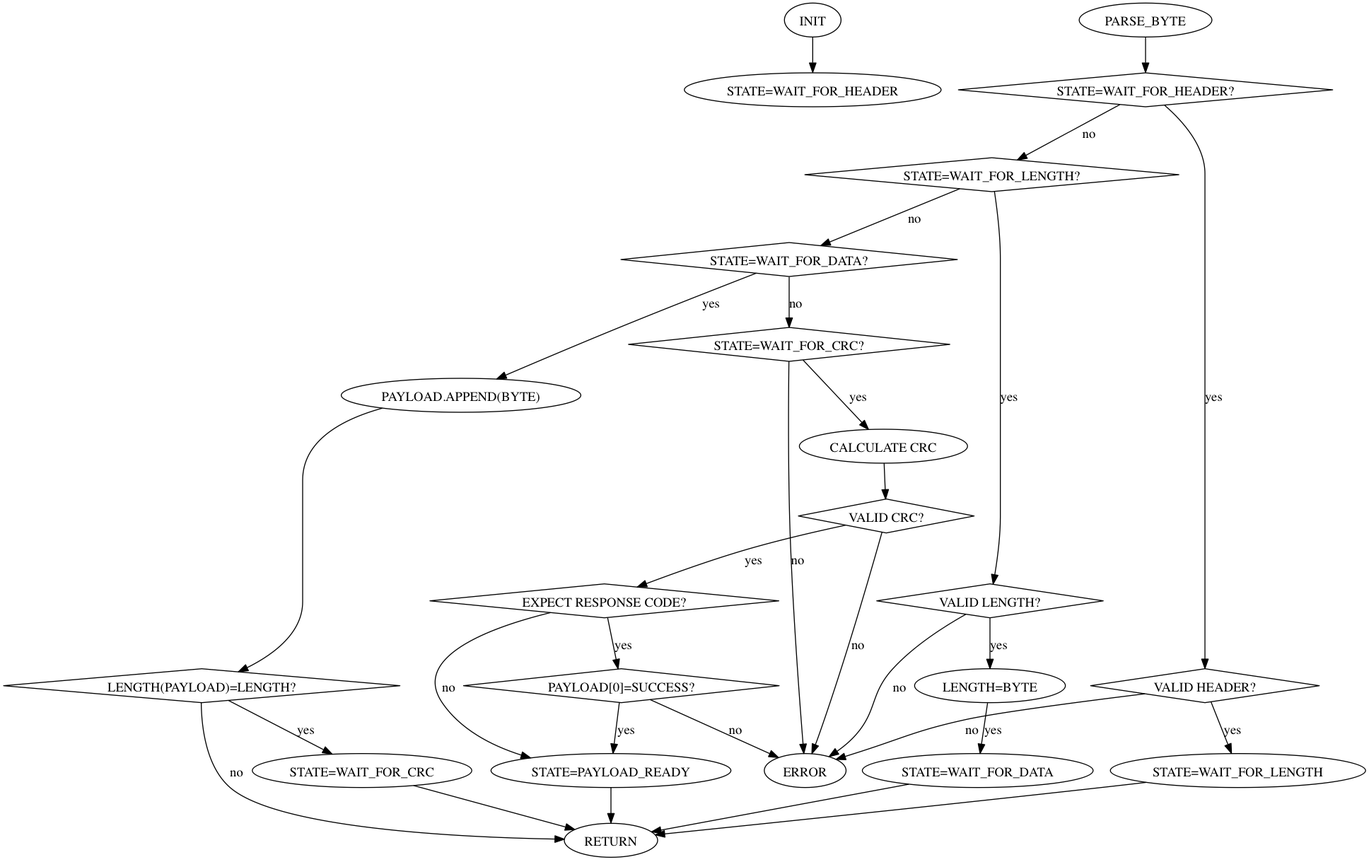
Earlier version of the Graphviz export doc/PacketStreamDecoder.png (okeefm/s3g). Its source is kept beside it as doc/PacketStreamDecoder.dot. The source it was exported from:
```dot

digraph
{
  "INIT" -> "STATE=WAIT_FOR_HEADER";
  "PARSE_BYTE" -> "STATE=WAIT_FOR_HEADER?";

  "STATE=WAIT_FOR_HEADER?" [shape=diamond];
  "STATE=WAIT_FOR_HEADER?" -> "VALID HEADER?" [label="yes"];
  "STATE=WAIT_FOR_HEADER?" -> "STATE=WAIT_FOR_LENGTH?" [label="no"];
  "VALID HEADER?" [shape=diamond];
  "VALID HEADER?" -> "ERROR" [label="no"];
  "VALID HEADER?" -> "STATE=WAIT_FOR_LENGTH" [label="yes"];
  "STATE=WAIT_FOR_LENGTH" -> "RETURN"

  "STATE=WAIT_FOR_LENGTH?" [shape=diamond];
  "STATE=WAIT_FOR_LENGTH?" -> "VALID LENGTH?" [label="yes"];
  "STATE=WAIT_FOR_LENGTH?" -> "STATE=WAIT_FOR_DATA?" [label="no"];
  "VALID LENGTH?" [shape=diamond];
  "VALID LENGTH?" -> "LENGTH=BYTE" [label="yes"];
  "VALID LENGTH?" -> "ERROR" [label="no"];
  "LENGTH=BYTE" -> "STATE=WAIT_FOR_DATA" [label="yes"];
  "STATE=WAIT_FOR_DATA" -> "RETURN"

  "STATE=WAIT_FOR_DATA?" [shape=diamond];
  "STATE=WAIT_FOR_DATA?" -> "PAYLOAD.APPEND(BYTE)" [label="yes"];
  "STATE=WAIT_FOR_DATA?" -> "STATE=WAIT_FOR_CRC?" [label="no"];
  "PAYLOAD.APPEND(BYTE)" -> "LENGTH(PAYLOAD)=LENGTH?";
  "LENGTH(PAYLOAD)=LENGTH?" [shape=diamond];
  "LENGTH(PAYLOAD)=LENGTH?" -> "STATE=WAIT_FOR_CRC" [label="yes"];
  "LENGTH(PAYLOAD)=LENGTH?" -> "RETURN" [label="no"];
  "STATE=WAIT_FOR_CRC" -> "RETURN";

  "STATE=WAIT_FOR_CRC?" [shape=diamond];
  "STATE=WAIT_FOR_CRC?" -> "CALCULATE CRC" [label="yes"];
  "STATE=WAIT_FOR_CRC?" -> "ERROR" [label="no"];
  "CALCULATE CRC" -> "VALID CRC?";
  "VALID CRC?" [shape=diamond];
  "VALID CRC?" -> "EXPECT RESPONSE CODE?" [label="yes"];
  "VALID CRC?" -> "ERROR" [label="no"];

  "EXPECT RESPONSE CODE?" [shape=diamond];
  "EXPECT RESPONSE CODE?" -> "PAYLOAD[0]=SUCCESS?" [label="yes"];
  "EXPECT RESPONSE CODE?" -> "STATE=PAYLOAD_READY" [label="no"];

  "PAYLOAD[0]=SUCCESS?" [shape=diamond];
  "PAYLOAD[0]=SUCCESS?" -> "STATE=PAYLOAD_READY" [label="yes"];
  "PAYLOAD[0]=SUCCESS?" -> "ERROR" [label="no"];

  "STATE=PAYLOAD_READY" -> "RETURN";
}
```
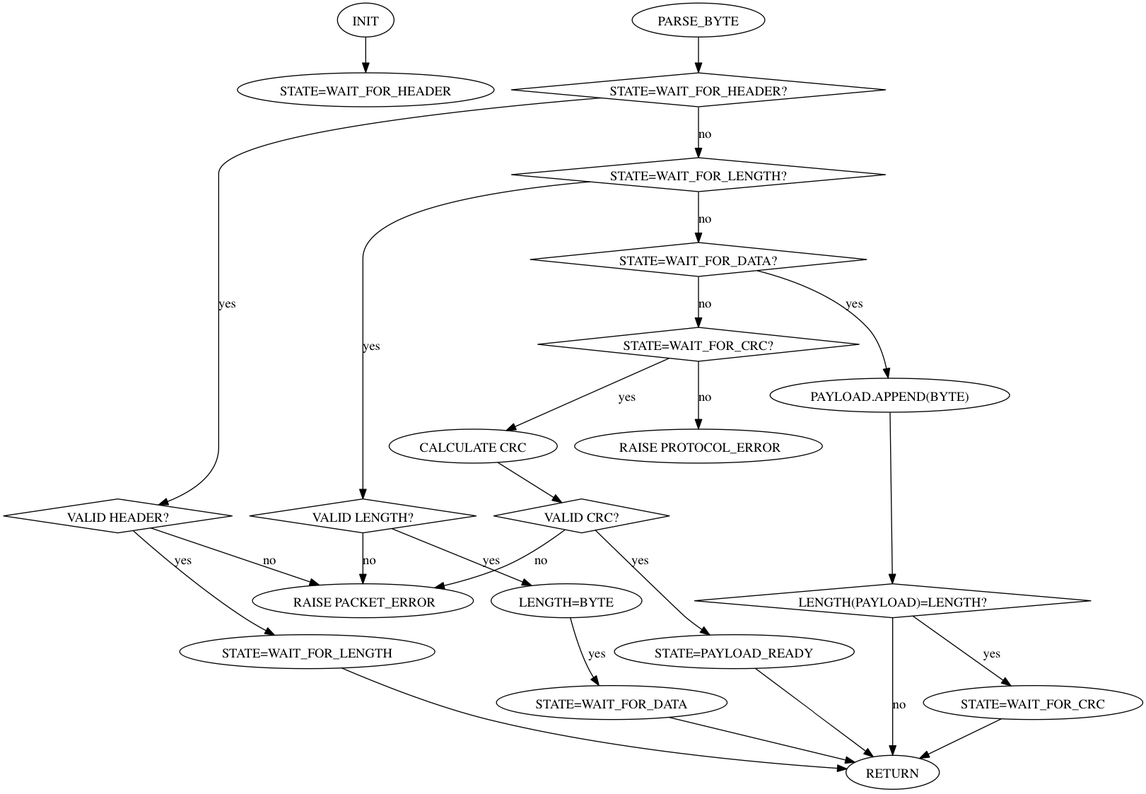
After the commit.

Commit message:
Rework tool response code handling, update docs, not fully tested.

The edit, as a diff of the source:
```diff
@@ -1,50 +1,44 @@
 
 digraph
 {
+  rankdir=TB;
+
   "INIT" -> "STATE=WAIT_FOR_HEADER";
   "PARSE_BYTE" -> "STATE=WAIT_FOR_HEADER?";
 
   "STATE=WAIT_FOR_HEADER?" [shape=diamond];
   "STATE=WAIT_FOR_HEADER?" -> "VALID HEADER?" [label="yes"];
-  "STATE=WAIT_FOR_HEADER?" -> "STATE=WAIT_FOR_LENGTH?" [label="no"];
+  "STATE=WAIT_FOR_HEADER?" -> "STATE=WAIT_FOR_LENGTH?" [label="no", weight=10];
   "VALID HEADER?" [shape=diamond];
-  "VALID HEADER?" -> "ERROR" [label="no"];
   "VALID HEADER?" -> "STATE=WAIT_FOR_LENGTH" [label="yes"];
+  "VALID HEADER?" -> " RAISE PACKET_ERROR" [label="no", weight=10];
   "STATE=WAIT_FOR_LENGTH" -> "RETURN"
 
   "STATE=WAIT_FOR_LENGTH?" [shape=diamond];
   "STATE=WAIT_FOR_LENGTH?" -> "VALID LENGTH?" [label="yes"];
-  "STATE=WAIT_FOR_LENGTH?" -> "STATE=WAIT_FOR_DATA?" [label="no"];
+  "STATE=WAIT_FOR_LENGTH?" -> "STATE=WAIT_FOR_DATA?" [label="no", weight=10];
   "VALID LENGTH?" [shape=diamond];
   "VALID LENGTH?" -> "LENGTH=BYTE" [label="yes"];
-  "VALID LENGTH?" -> "ERROR" [label="no"];
+  "VALID LENGTH?" -> " RAISE PACKET_ERROR" [label="no", weight=10];
   "LENGTH=BYTE" -> "STATE=WAIT_FOR_DATA" [label="yes"];
   "STATE=WAIT_FOR_DATA" -> "RETURN"
 
   "STATE=WAIT_FOR_DATA?" [shape=diamond];
   "STATE=WAIT_FOR_DATA?" -> "PAYLOAD.APPEND(BYTE)" [label="yes"];
-  "STATE=WAIT_FOR_DATA?" -> "STATE=WAIT_FOR_CRC?" [label="no"];
+  "STATE=WAIT_FOR_DATA?" -> "STATE=WAIT_FOR_CRC?" [label="no", weight=10];
   "PAYLOAD.APPEND(BYTE)" -> "LENGTH(PAYLOAD)=LENGTH?";
   "LENGTH(PAYLOAD)=LENGTH?" [shape=diamond];
   "LENGTH(PAYLOAD)=LENGTH?" -> "STATE=WAIT_FOR_CRC" [label="yes"];
-  "LENGTH(PAYLOAD)=LENGTH?" -> "RETURN" [label="no"];
+  "LENGTH(PAYLOAD)=LENGTH?" -> "RETURN" [label="no", weight=10];
   "STATE=WAIT_FOR_CRC" -> "RETURN";
 
   "STATE=WAIT_FOR_CRC?" [shape=diamond];
   "STATE=WAIT_FOR_CRC?" -> "CALCULATE CRC" [label="yes"];
-  "STATE=WAIT_FOR_CRC?" -> "ERROR" [label="no"];
+  "STATE=WAIT_FOR_CRC?" -> " RAISE PROTOCOL_ERROR" [label="no", weight=10];
   "CALCULATE CRC" -> "VALID CRC?";
   "VALID CRC?" [shape=diamond];
-  "VALID CRC?" -> "EXPECT RESPONSE CODE?" [label="yes"];
-  "VALID CRC?" -> "ERROR" [label="no"];
-
-  "EXPECT RESPONSE CODE?" [shape=diamond];
-  "EXPECT RESPONSE CODE?" -> "PAYLOAD[0]=SUCCESS?" [label="yes"];
-  "EXPECT RESPONSE CODE?" -> "STATE=PAYLOAD_READY" [label="no"];
-
-  "PAYLOAD[0]=SUCCESS?" [shape=diamond];
-  "PAYLOAD[0]=SUCCESS?" -> "STATE=PAYLOAD_READY" [label="yes"];
-  "PAYLOAD[0]=SUCCESS?" -> "ERROR" [label="no"];
+  "VALID CRC?" -> "STATE=PAYLOAD_READY" [label="yes"];
+  "VALID CRC?" -> " RAISE PACKET_ERROR" [label="no", weight=10];
 
   "STATE=PAYLOAD_READY" -> "RETURN";
 }
```
